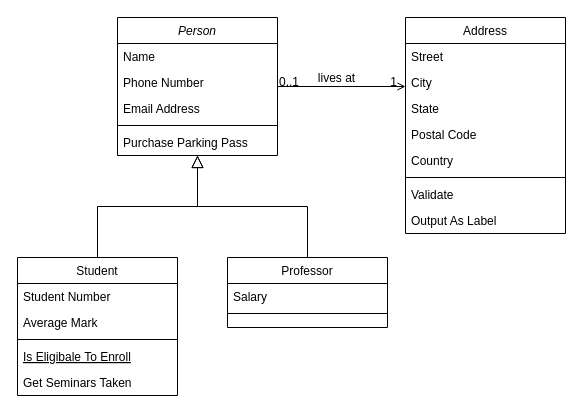
Before: Untitled Diagram.drawio in RatBoyJim/week_two_day_1_HW, a draw.io diagram. Source tidied: cells renumbered, new cells numbered last; positions are measured from the earlier drawing's top-left corner, leaving out a move shared by most shapes. Both pictures are drawn from the tidied source at 100%, with x=0, y=0 at pixel (17, 17).
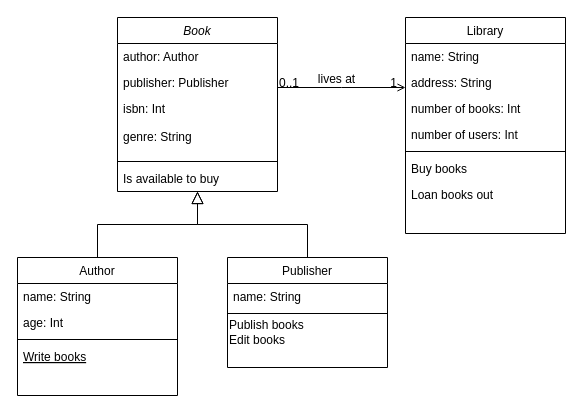
The same diagram, later.

Diff of the diagram source:
```diff
@@
-    <mxCell id="2" value="Person" style="swimlane;fontStyle=2;align=center;verticalAlign=top;horizontal=1;startSize=26;rounded=0;shadow=0;strokeWidth=1;" parent="1" vertex="1">
-      <mxGeometry x="100" width="160" height="138" as="geometry" />
+    <mxCell id="2" value="Book" style="swimlane;fontStyle=2;align=center;verticalAlign=top;horizontal=1;startSize=26;rounded=0;shadow=0;strokeWidth=1;" parent="1" vertex="1">
+      <mxGeometry x="100" width="160" height="174" as="geometry" />
     </mxCell>
-    <mxCell id="3" value="Name" style="text;align=left;verticalAlign=top;spacingLeft=4;spacingRight=4;overflow=hidden;" parent="2" vertex="1">
+    <mxCell id="3" value="author: Author" style="text;align=left;verticalAlign=top;spacingLeft=4;spacingRight=4;overflow=hidden;" parent="2" vertex="1">
       <mxGeometry y="26" width="160" height="26" as="geometry" />
     </mxCell>
-    <mxCell id="4" value="Phone Number" style="text;align=left;verticalAlign=top;spacingLeft=4;spacingRight=4;overflow=hidden;rounded=0;shadow=0;html=0;" parent="2" vertex="1">
+    <mxCell id="4" value="publisher: Publisher&#10;" style="text;align=left;verticalAlign=top;spacingLeft=4;spacingRight=4;overflow=hidden;rounded=0;shadow=0;html=0;" parent="2" vertex="1">
       <mxGeometry y="52" width="160" height="26" as="geometry" />
     </mxCell>
-    <mxCell id="5" value="Email Address" style="text;align=left;verticalAlign=top;spacingLeft=4;spacingRight=4;overflow=hidden;rounded=0;shadow=0;html=0;" parent="2" vertex="1">
-      <mxGeometry y="78" width="160" height="26" as="geometry" />
+    <mxCell id="5" value="isbn: Int&#10;&#10;genre: String" style="text;align=left;verticalAlign=top;spacingLeft=4;spacingRight=4;overflow=hidden;rounded=0;shadow=0;html=0;" parent="2" vertex="1">
+      <mxGeometry y="78" width="160" height="62" as="geometry" />
     </mxCell>
     <mxCell id="6" style="line;html=1;strokeWidth=1;align=left;verticalAlign=middle;spacingTop=-1;spacingLeft=3;spacingRight=3;labelPosition=right;" parent="2" vertex="1">
-      <mxGeometry y="104" width="160" height="8" as="geometry" />
+      <mxGeometry y="140" width="160" height="8" as="geometry" />
     </mxCell>
-    <mxCell id="7" value="Purchase Parking Pass" style="text;align=left;verticalAlign=top;spacingLeft=4;spacingRight=4;overflow=hidden;" parent="2" vertex="1">
-      <mxGeometry y="112" width="160" height="26" as="geometry" />
+    <mxCell id="7" value="Is available to buy" style="text;align=left;verticalAlign=top;spacingLeft=4;spacingRight=4;overflow=hidden;" parent="2" vertex="1">
+      <mxGeometry y="148" width="160" height="26" as="geometry" />
     </mxCell>
-    <mxCell id="8" value="Student" style="swimlane;fontStyle=0;align=center;verticalAlign=top;horizontal=1;startSize=26;rounded=0;shadow=0;strokeWidth=1;" parent="1" vertex="1">
+    <mxCell id="8" value="Author" style="swimlane;fontStyle=0;align=center;verticalAlign=top;horizontal=1;startSize=26;rounded=0;shadow=0;strokeWidth=1;" parent="1" vertex="1">
       <mxGeometry y="240" width="160" height="138" as="geometry" />
     </mxCell>
-    <mxCell id="9" value="Student Number" style="text;align=left;verticalAlign=top;spacingLeft=4;spacingRight=4;overflow=hidden;" parent="8" vertex="1">
+    <mxCell id="9" value="name: String" style="text;align=left;verticalAlign=top;spacingLeft=4;spacingRight=4;overflow=hidden;" parent="8" vertex="1">
       <mxGeometry y="26" width="160" height="26" as="geometry" />
     </mxCell>
-    <mxCell id="10" value="Average Mark" style="text;align=left;verticalAlign=top;spacingLeft=4;spacingRight=4;overflow=hidden;rounded=0;shadow=0;html=0;" parent="8" vertex="1">
+    <mxCell id="10" value="age: Int" style="text;align=left;verticalAlign=top;spacingLeft=4;spacingRight=4;overflow=hidden;rounded=0;shadow=0;html=0;" parent="8" vertex="1">
       <mxGeometry y="52" width="160" height="26" as="geometry" />
     </mxCell>
@@
-    <mxCell id="12" value="Is Eligibale To Enroll" style="text;align=left;verticalAlign=top;spacingLeft=4;spacingRight=4;overflow=hidden;fontStyle=4;" parent="8" vertex="1">
+    <mxCell id="12" value="Write books" style="text;align=left;verticalAlign=top;spacingLeft=4;spacingRight=4;overflow=hidden;fontStyle=4;" parent="8" vertex="1">
       <mxGeometry y="86" width="160" height="26" as="geometry" />
     </mxCell>
-    <mxCell id="13" value="Get Seminars Taken" style="text;align=left;verticalAlign=top;spacingLeft=4;spacingRight=4;overflow=hidden;" parent="8" vertex="1">
-      <mxGeometry y="112" width="160" height="26" as="geometry" />
-    </mxCell>
@@
-    <mxCell id="15" value="Professor" style="swimlane;fontStyle=0;align=center;verticalAlign=top;horizontal=1;startSize=26;rounded=0;shadow=0;strokeWidth=1;" parent="1" vertex="1">
-      <mxGeometry x="210" y="240" width="160" height="70" as="geometry" />
+    <mxCell id="15" value="Publisher" style="swimlane;fontStyle=0;align=center;verticalAlign=top;horizontal=1;startSize=26;rounded=0;shadow=0;strokeWidth=1;" parent="1" vertex="1">
+      <mxGeometry x="210" y="240" width="160" height="110" as="geometry" />
     </mxCell>
-    <mxCell id="16" value="Salary" style="text;align=left;verticalAlign=top;spacingLeft=4;spacingRight=4;overflow=hidden;" parent="15" vertex="1">
+    <mxCell id="16" value="name: String" style="text;align=left;verticalAlign=top;spacingLeft=4;spacingRight=4;overflow=hidden;" parent="15" vertex="1">
       <mxGeometry y="26" width="160" height="26" as="geometry" />
     </mxCell>
@@
+    <mxCell id="32" value="&lt;div&gt;&lt;span&gt;Publish books&lt;/span&gt;&lt;/div&gt;&lt;div&gt;&lt;span&gt;Edit books&lt;/span&gt;&lt;/div&gt;" style="text;html=1;align=left;verticalAlign=middle;" parent="15" vertex="1">
+      <mxGeometry y="60" width="160" height="30" as="geometry" />
+    </mxCell>
@@
-    <mxCell id="19" value="Address" style="swimlane;fontStyle=0;align=center;verticalAlign=top;horizontal=1;startSize=26;rounded=0;shadow=0;strokeWidth=1;" parent="1" vertex="1">
+    <mxCell id="19" value="Library" style="swimlane;fontStyle=0;align=center;verticalAlign=top;horizontal=1;startSize=26;rounded=0;shadow=0;strokeWidth=1;" parent="1" vertex="1">
       <mxGeometry x="388" width="160" height="216" as="geometry" />
     </mxCell>
-    <mxCell id="20" value="Street" style="text;align=left;verticalAlign=top;spacingLeft=4;spacingRight=4;overflow=hidden;" parent="19" vertex="1">
+    <mxCell id="20" value="name: String" style="text;align=left;verticalAlign=top;spacingLeft=4;spacingRight=4;overflow=hidden;" parent="19" vertex="1">
       <mxGeometry y="26" width="160" height="26" as="geometry" />
     </mxCell>
-    <mxCell id="21" value="City" style="text;align=left;verticalAlign=top;spacingLeft=4;spacingRight=4;overflow=hidden;rounded=0;shadow=0;html=0;" parent="19" vertex="1">
+    <mxCell id="21" value="address: String" style="text;align=left;verticalAlign=top;spacingLeft=4;spacingRight=4;overflow=hidden;rounded=0;shadow=0;html=0;" parent="19" vertex="1">
       <mxGeometry y="52" width="160" height="26" as="geometry" />
     </mxCell>
-    <mxCell id="22" value="State" style="text;align=left;verticalAlign=top;spacingLeft=4;spacingRight=4;overflow=hidden;rounded=0;shadow=0;html=0;" parent="19" vertex="1">
+    <mxCell id="22" value="number of books: Int" style="text;align=left;verticalAlign=top;spacingLeft=4;spacingRight=4;overflow=hidden;rounded=0;shadow=0;html=0;" parent="19" vertex="1">
       <mxGeometry y="78" width="160" height="26" as="geometry" />
     </mxCell>
-    <mxCell id="23" value="Postal Code" style="text;align=left;verticalAlign=top;spacingLeft=4;spacingRight=4;overflow=hidden;rounded=0;shadow=0;html=0;" parent="19" vertex="1">
+    <mxCell id="23" value="number of users: Int" style="text;align=left;verticalAlign=top;spacingLeft=4;spacingRight=4;overflow=hidden;rounded=0;shadow=0;html=0;" parent="19" vertex="1">
       <mxGeometry y="104" width="160" height="26" as="geometry" />
     </mxCell>
-    <mxCell id="24" value="Country" style="text;align=left;verticalAlign=top;spacingLeft=4;spacingRight=4;overflow=hidden;rounded=0;shadow=0;html=0;" parent="19" vertex="1">
-      <mxGeometry y="130" width="160" height="26" as="geometry" />
-    </mxCell>
     <mxCell id="25" style="line;html=1;strokeWidth=1;align=left;verticalAlign=middle;spacingTop=-1;spacingLeft=3;spacingRight=3;labelPosition=right;" parent="19" vertex="1">
-      <mxGeometry y="156" width="160" height="8" as="geometry" />
+      <mxGeometry y="130" width="160" height="8" as="geometry" />
     </mxCell>
-    <mxCell id="26" value="Validate" style="text;align=left;verticalAlign=top;spacingLeft=4;spacingRight=4;overflow=hidden;" parent="19" vertex="1">
-      <mxGeometry y="164" width="160" height="26" as="geometry" />
+    <mxCell id="26" value="Buy books" style="text;align=left;verticalAlign=top;spacingLeft=4;spacingRight=4;overflow=hidden;" parent="19" vertex="1">
+      <mxGeometry y="138" width="160" height="26" as="geometry" />
     </mxCell>
-    <mxCell id="27" value="Output As Label" style="text;align=left;verticalAlign=top;spacingLeft=4;spacingRight=4;overflow=hidden;" parent="19" vertex="1">
-      <mxGeometry y="190" width="160" height="26" as="geometry" />
+    <mxCell id="27" value="Loan books out" style="text;align=left;verticalAlign=top;spacingLeft=4;spacingRight=4;overflow=hidden;" parent="19" vertex="1">
+      <mxGeometry y="164" width="160" height="26" as="geometry" />
     </mxCell>
     <mxCell id="28" style="endArrow=open;shadow=0;strokeWidth=1;rounded=0;endFill=1;edgeStyle=elbowEdgeStyle;elbow=vertical;" parent="1" edge="1" source="2" target="19">
       <mxGeometry x="0.5" y="41" relative="1" as="geometry">
+        <Array as="points">
+          <mxPoint x="324" y="70" />
+        </Array>
         <mxPoint x="-40" y="32" as="offset" />
       </mxGeometry>
     </mxCell>
```
